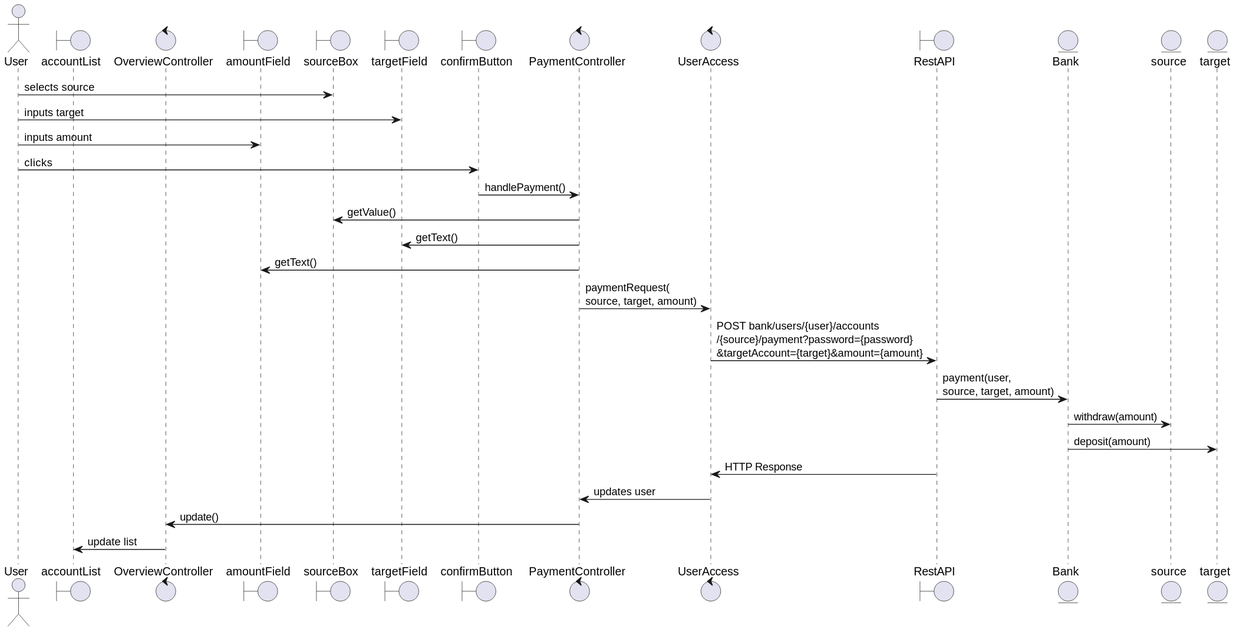
This is diagrams/svg/payment.svg from aimarchirico/bankfx, a PlantUML export, as it was before one commit.
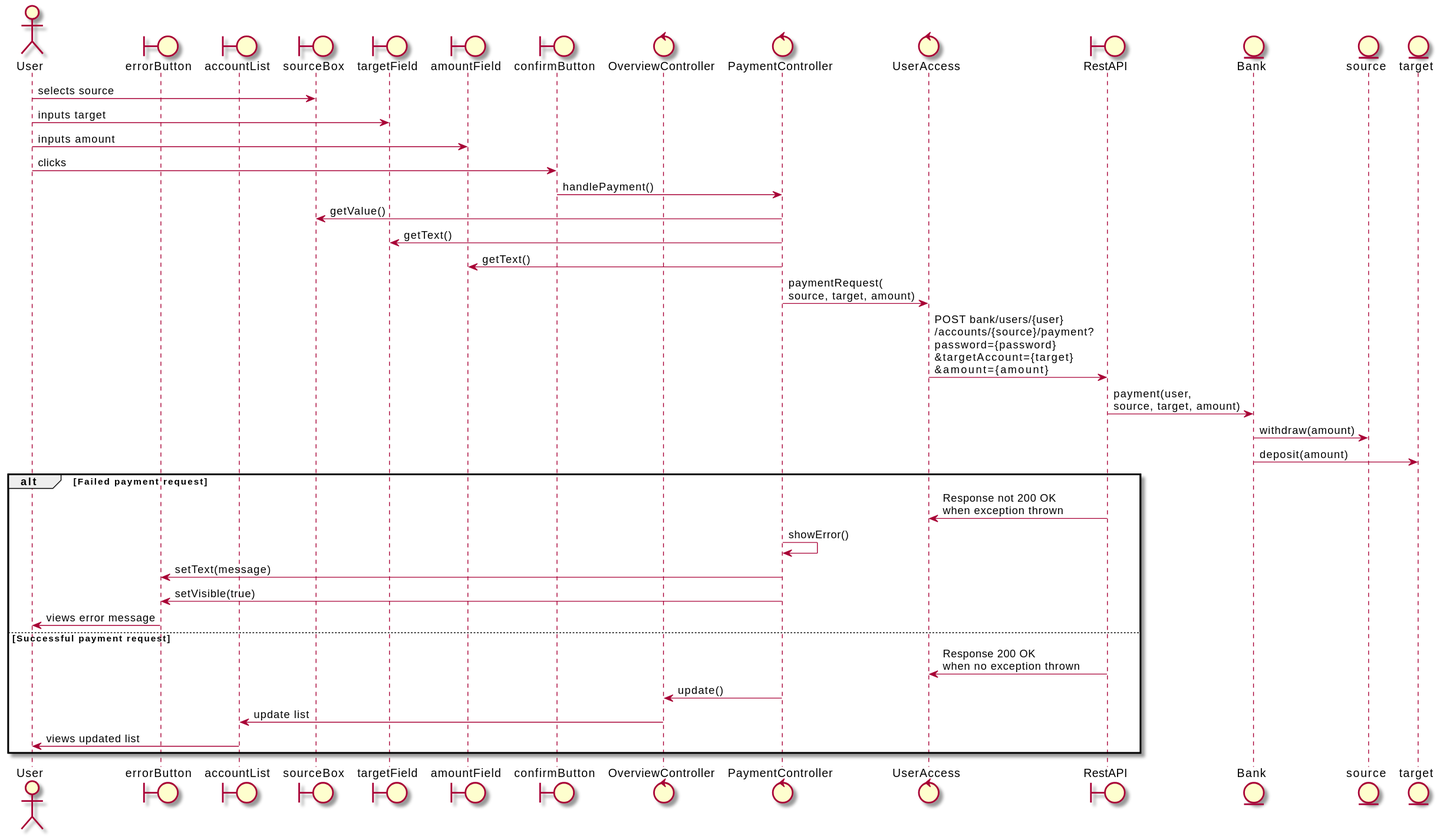
The same file after the commit.

Commit message:
docs(diagrams): update sequence diagram

Updated sd to also show error branching for http request.

Co-authored by: Felix

What changed in the source:
```diff
@@ -1,11 +1,12 @@
-@startuml
+@startuml payment
 actor User
+boundary errorButton
 boundary accountList
-control OverviewController
-boundary amountField
 boundary sourceBox
 boundary targetField
+boundary amountField
 boundary confirmButton
+control OverviewController
 control PaymentController
 control UserAccess
 boundary RestAPI
@@ -23,12 +24,22 @@
 PaymentController -> targetField : getText()
 PaymentController -> amountField : getText()
 PaymentController -> UserAccess : paymentRequest(\nsource, target, amount)
-UserAccess -> RestAPI : POST bank/users/{user}/accounts\n/{source}/payment?password={password}\n&targetAccount={target}&amount={amount}
+UserAccess -> RestAPI : POST bank/users/{user}\n/accounts/{source}/payment?\npassword={password}\n&targetAccount={target}\n&amount={amount}
 RestAPI -> Bank: payment(user, \nsource, target, amount)
 Bank -> source : withdraw(amount)
 Bank -> target : deposit(amount)
-RestAPI -> UserAccess : HTTP Response
-UserAccess -> PaymentController : updates user
-PaymentController -> OverviewController : update()
-OverviewController -> accountList : update list
+
+alt Failed payment request
+    RestAPI -> UserAccess : Response not 200 OK\nwhen exception thrown
+    PaymentController -> PaymentController: showError()
+    PaymentController -> errorButton: setText(message)
+    PaymentController -> errorButton: setVisible(true)
+    errorButton -> User : views error message
+else Successful payment request
+    RestAPI -> UserAccess : Response 200 OK\nwhen no exception thrown
+    PaymentController -> OverviewController : update()
+    OverviewController -> accountList : update list
+    accountList -> User : views updated list
+
+end
 @enduml
```
